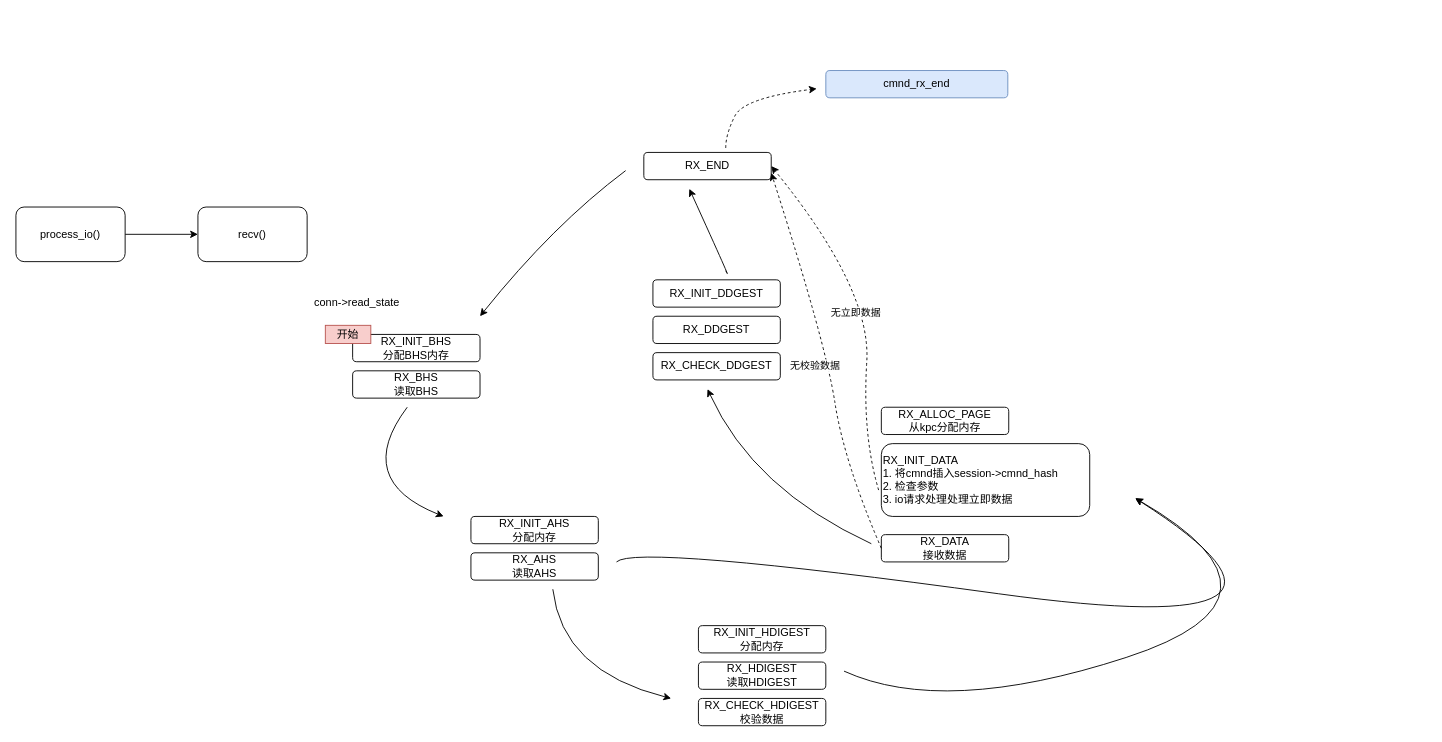
zhuxibrian/drawio keeps this draw.io diagram as Untitled Diagram.drawio. Above is the earlier version. Source tidied: cells renumbered, new cells numbered last; positions are measured from the earlier drawing's top-left corner, leaving out a move shared by most shapes. Both pictures are drawn from the tidied source at 91%, with x=0, y=0 at pixel (15, 70).
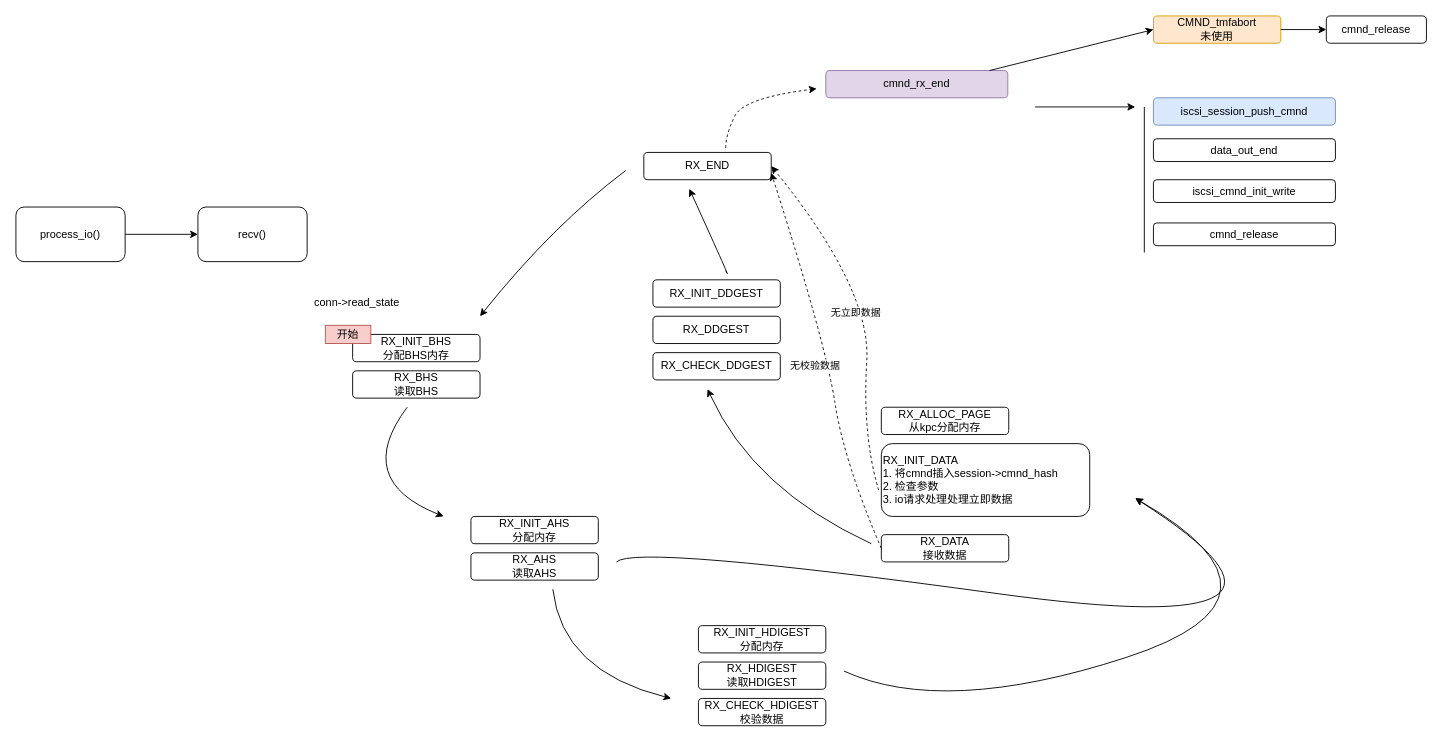
The same page after the edit.

Diff of the diagram source:
```diff
@@
-    <mxCell id="34" value="cmnd_rx_end" style="rounded=1;whiteSpace=wrap;html=1;fillColor=#dae8fc;strokeColor=#6c8ebf;" parent="1" vertex="1">
+    <mxCell id="34" value="cmnd_rx_end" style="rounded=1;whiteSpace=wrap;html=1;fillColor=#e1d5e7;strokeColor=#9673a6;" parent="1" vertex="1">
       <mxGeometry x="890" width="200" height="30" as="geometry" />
     </mxCell>
@@
+    <mxCell id="36" value="CMND_tmfabort&lt;br&gt;未使用" style="rounded=1;whiteSpace=wrap;html=1;fillColor=#ffe6cc;strokeColor=#d79b00;" parent="1" vertex="1">
+      <mxGeometry x="1250" y="-60" width="140" height="30" as="geometry" />
+    </mxCell>
+    <mxCell id="37" value="cmnd_release" style="rounded=1;whiteSpace=wrap;html=1;" parent="1" vertex="1">
+      <mxGeometry x="1440" y="-60" width="110" height="30" as="geometry" />
+    </mxCell>
+    <mxCell id="38" style="endArrow=classic;html=1;rounded=0;entryX=0;entryY=0.5;entryDx=0;entryDy=0;" parent="1" edge="1" target="36">
+      <mxGeometry relative="1" as="geometry">
+        <mxPoint x="1070" as="sourcePoint" />
+      </mxGeometry>
+    </mxCell>
+    <mxCell id="39" style="endArrow=classic;html=1;rounded=0;entryX=0;entryY=0.5;entryDx=0;entryDy=0;" parent="1" edge="1" target="37">
+      <mxGeometry relative="1" as="geometry">
+        <mxPoint x="1390" y="-45" as="sourcePoint" />
+      </mxGeometry>
+    </mxCell>
+    <mxCell id="40" value="iscsi_session_push_cmnd" style="rounded=1;whiteSpace=wrap;html=1;fillColor=#dae8fc;strokeColor=#6c8ebf;" parent="1" vertex="1">
+      <mxGeometry x="1250" y="30" width="200" height="30" as="geometry" />
+    </mxCell>
+    <mxCell id="41" style="endArrow=none;html=1;rounded=0;" parent="1" edge="1">
+      <mxGeometry relative="1" as="geometry">
+        <mxPoint x="1240" y="200" as="sourcePoint" />
+        <mxPoint x="1240" y="40" as="targetPoint" />
+      </mxGeometry>
+    </mxCell>
+    <mxCell id="42" style="endArrow=classic;html=1;rounded=0;" parent="1" edge="1">
+      <mxGeometry relative="1" as="geometry">
+        <mxPoint x="1120" y="40" as="sourcePoint" />
+        <mxPoint x="1230" y="40" as="targetPoint" />
+      </mxGeometry>
+    </mxCell>
+    <mxCell id="43" value="data_out_end" style="rounded=1;whiteSpace=wrap;html=1;" parent="1" vertex="1">
+      <mxGeometry x="1250" y="75" width="200" height="25" as="geometry" />
+    </mxCell>
+    <mxCell id="44" value="iscsi_cmnd_init_write" style="rounded=1;whiteSpace=wrap;html=1;" parent="1" vertex="1">
+      <mxGeometry x="1250" y="120" width="200" height="25" as="geometry" />
+    </mxCell>
+    <mxCell id="45" value="cmnd_release" style="rounded=1;whiteSpace=wrap;html=1;" parent="1" vertex="1">
+      <mxGeometry x="1250" y="167.5" width="200" height="25" as="geometry" />
+    </mxCell>
```
